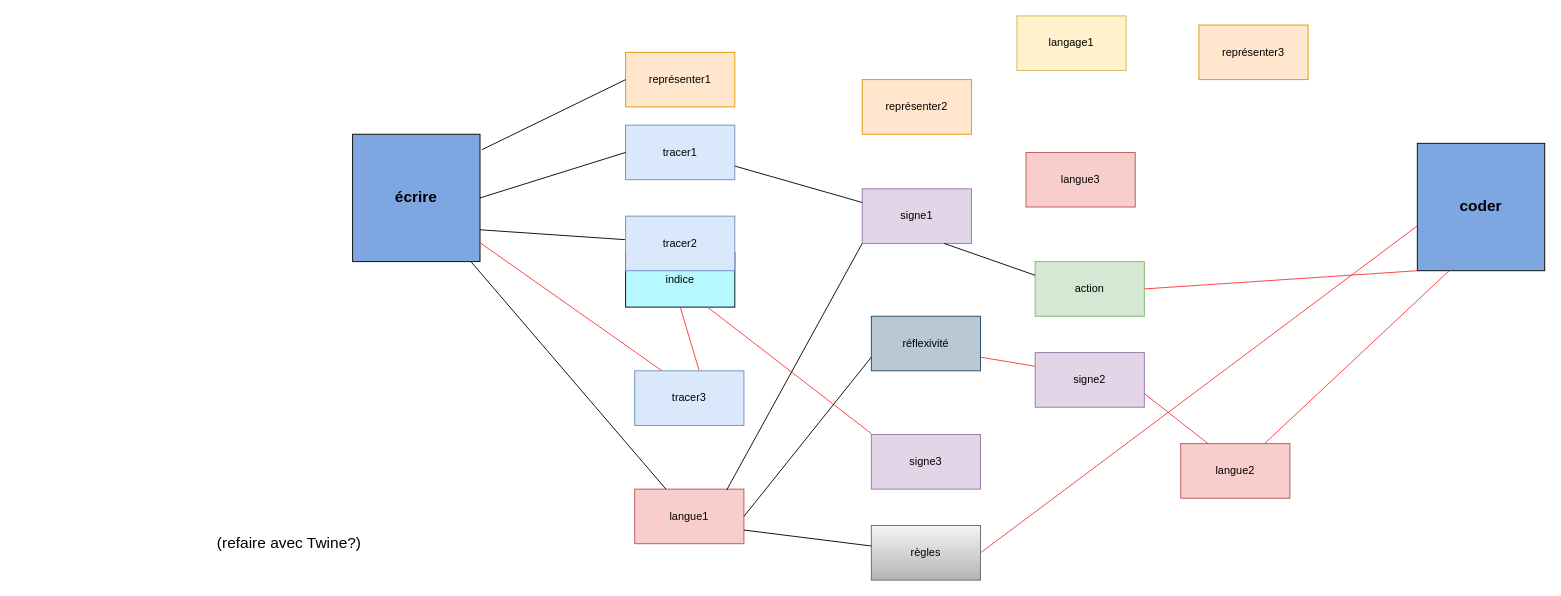
Before: carte hypertexte ecrirecoder.drawio in babelhead/EcrireCoder, a draw.io diagram. Source tidied: cells renumbered, new cells numbered last; positions are measured from the earlier drawing's top-left corner, leaving out a move shared by most shapes. Both pictures are drawn from the tidied source at 91%, with x=0, y=0 at pixel (211, 15).
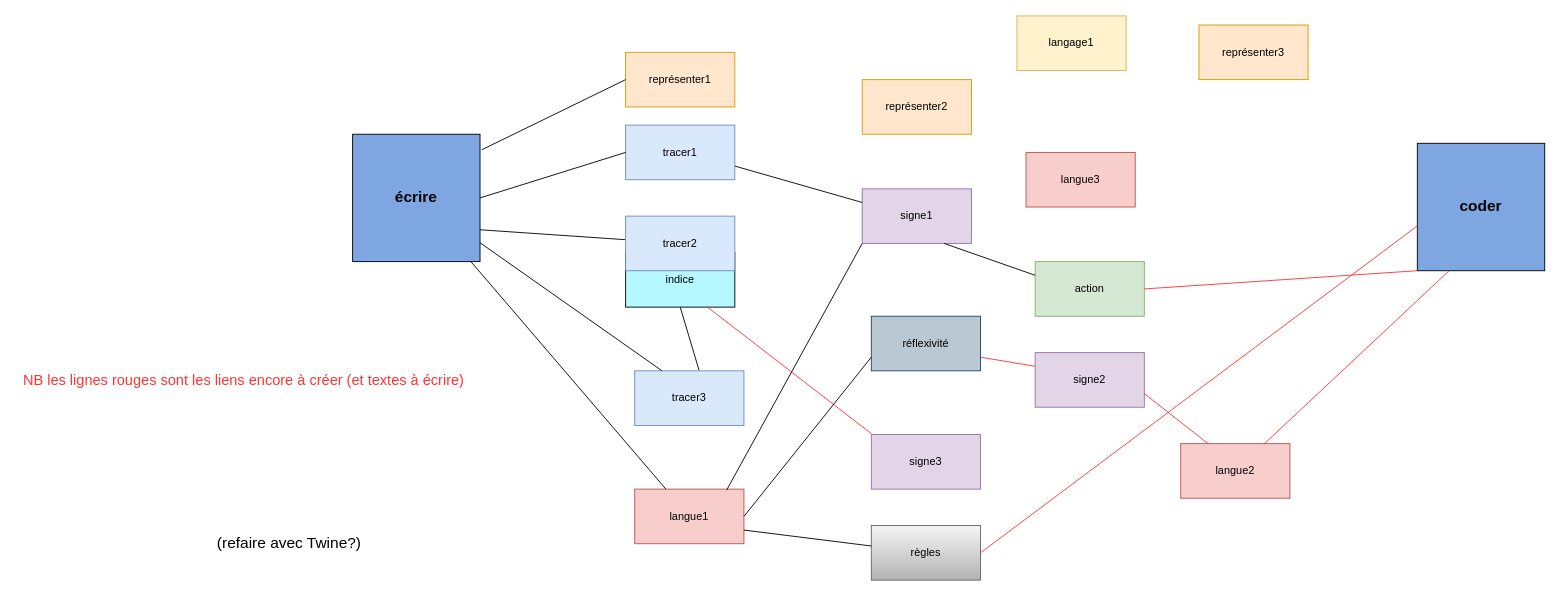
The same diagram, later.

The change refers to these unchanged cells:
```xml
<mxCell id="2" value="&lt;b&gt;&lt;font style=&quot;font-size: 17px&quot;&gt;écrire&lt;/font&gt;&lt;/b&gt;" style="whiteSpace=wrap;html=1;fillColor=#7EA6E0;" parent="1" vertex="1">
  <mxGeometry x="155" y="130" width="140" height="140" as="geometry" />
</mxCell>
<mxCell id="5" value="tracer3" style="rounded=0;whiteSpace=wrap;html=1;fillColor=#dae8fc;strokeColor=#6c8ebf;" parent="1" vertex="1">
  <mxGeometry x="465" y="390" width="120" height="60" as="geometry" />
</mxCell>
<mxCell id="14" value="indice" style="rounded=0;whiteSpace=wrap;html=1;fillColor=#B5F8FF;" parent="1" vertex="1">
  <mxGeometry x="455" y="260" width="120" height="60" as="geometry" />
</mxCell>
```

The edit, as a diff of the source:
```diff
@@
-    <mxCell id="22" style="endArrow=none;html=1;exitX=0.5;exitY=1;exitDx=0;exitDy=0;strokeColor=#FF3333;entryX=0.589;entryY=-0.011;entryDx=0;entryDy=0;entryPerimeter=0;" parent="1" edge="1" source="14" target="5">
+    <mxCell id="22" style="endArrow=none;html=1;exitX=0.5;exitY=1;exitDx=0;exitDy=0;entryX=0.589;entryY=-0.011;entryDx=0;entryDy=0;entryPerimeter=0;" parent="1" edge="1" source="14" target="5">
       <mxGeometry relative="1" as="geometry" />
     </mxCell>
@@
-    <mxCell id="35" style="endArrow=none;html=1;strokeColor=#FF3333;exitX=0.25;exitY=0;exitDx=0;exitDy=0;" parent="1" edge="1" source="5" target="2">
+    <mxCell id="35" style="endArrow=none;html=1;exitX=0.25;exitY=0;exitDx=0;exitDy=0;" parent="1" edge="1" source="5" target="2">
       <mxGeometry relative="1" as="geometry" />
     </mxCell>
@@
+    <mxCell id="39" value="&lt;font color=&quot;#ff3333&quot; style=&quot;font-size: 16px&quot;&gt;NB les lignes rouges sont les liens encore à créer (et textes à écrire)&lt;/font&gt;" style="text;html=1;align=center;verticalAlign=middle;strokeColor=none;" parent="1" vertex="1">
+      <mxGeometry x="-215" y="390" width="500" height="20" as="geometry" />
+    </mxCell>
```
